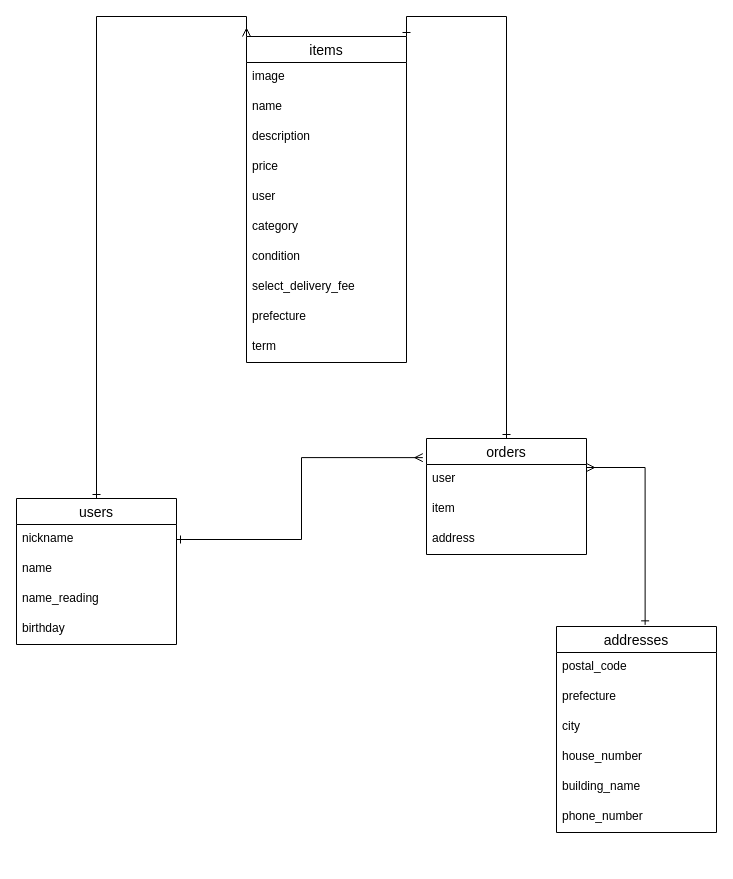
The draw.io diagram draw.dio in yupimaru-sikaku/furima-32521, before the edit. Source tidied: cells renumbered, new cells numbered last; positions are measured from the earlier drawing's top-left corner, leaving out a move shared by most shapes. Both pictures are drawn from the tidied source at 100%, with x=0, y=0 at pixel (16, 36).
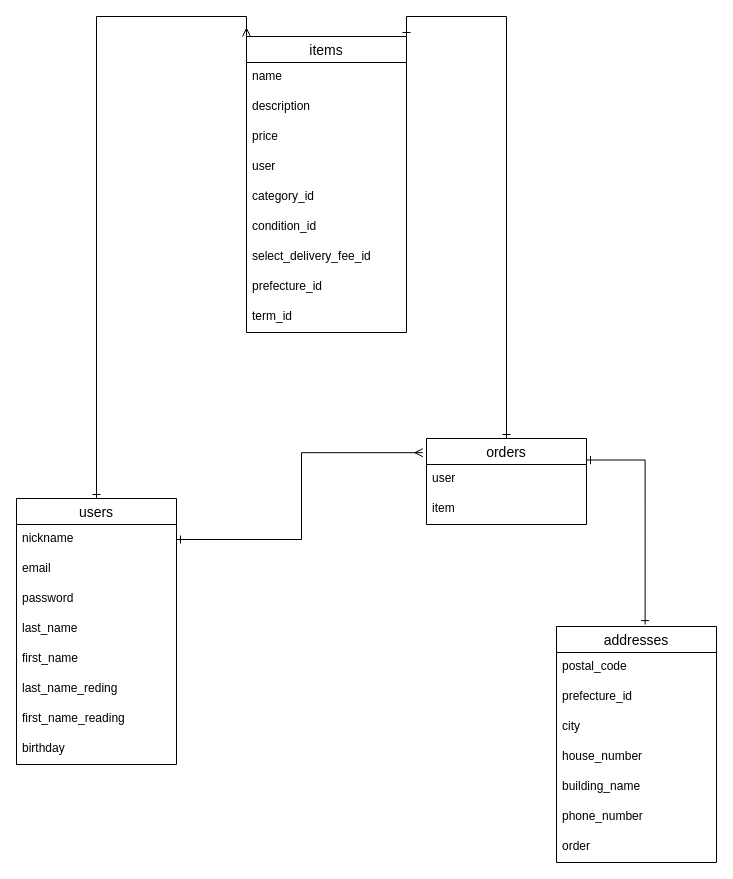
After the change.

What changed in the source:
```diff
@@
-    <mxCell id="3" style="edgeStyle=orthogonalEdgeStyle;rounded=0;jettySize=auto;html=1;exitX=1;exitY=0.25;exitDx=0;exitDy=0;startArrow=ERmany;startFill=0;endArrow=ERone;endFill=0;entryX=0.554;entryY=-0.008;entryDx=0;entryDy=0;entryPerimeter=0;" parent="1" edge="1" source="29" target="11">
+    <mxCell id="3" style="edgeStyle=orthogonalEdgeStyle;rounded=0;jettySize=auto;html=1;exitX=1;exitY=0.25;exitDx=0;exitDy=0;startArrow=ERone;startFill=0;endArrow=ERone;endFill=0;entryX=0.554;entryY=-0.008;entryDx=0;entryDy=0;entryPerimeter=0;" parent="1" edge="1" source="29" target="11">
       <mxGeometry relative="1" as="geometry" />
     </mxCell>
@@
     <mxCell id="6" value="users" style="swimlane;fontStyle=0;horizontal=1;startSize=26;align=center;fontSize=14;" parent="1" vertex="1">
-      <mxGeometry y="462" width="160" height="146" as="geometry" />
+      <mxGeometry y="462" width="160" height="266" as="geometry" />
     </mxCell>
@@
-    <mxCell id="8" value="name" style="text;strokeColor=none;fillColor=none;spacingLeft=4;spacingRight=4;overflow=hidden;fontSize=12;" parent="6" vertex="1">
+    <mxCell id="8" value="email" style="text;strokeColor=none;fillColor=none;spacingLeft=4;spacingRight=4;overflow=hidden;fontSize=12;" parent="6" vertex="1">
       <mxGeometry y="56" width="160" height="30" as="geometry" />
     </mxCell>
+    <mxCell id="33" value="password" style="text;strokeColor=none;fillColor=none;spacingLeft=4;spacingRight=4;overflow=hidden;fontSize=12;" parent="6" vertex="1">
+      <mxGeometry y="86" width="160" height="30" as="geometry" />
+    </mxCell>
+    <mxCell id="34" value="last_name" style="text;strokeColor=none;fillColor=none;spacingLeft=4;spacingRight=4;overflow=hidden;fontSize=12;" parent="6" vertex="1">
+      <mxGeometry y="116" width="160" height="30" as="geometry" />
+    </mxCell>
+    <mxCell id="35" value="first_name" style="text;strokeColor=none;fillColor=none;spacingLeft=4;spacingRight=4;overflow=hidden;fontSize=12;" parent="6" vertex="1">
+      <mxGeometry y="146" width="160" height="30" as="geometry" />
+    </mxCell>
+    <mxCell id="36" value="last_name_reding" style="text;strokeColor=none;fillColor=none;spacingLeft=4;spacingRight=4;overflow=hidden;fontSize=12;" parent="6" vertex="1">
+      <mxGeometry y="176" width="160" height="30" as="geometry" />
+    </mxCell>
-    <mxCell id="9" value="name_reading" style="text;strokeColor=none;fillColor=none;spacingLeft=4;spacingRight=4;overflow=hidden;fontSize=12;" parent="6" vertex="1">
-      <mxGeometry y="86" width="160" height="30" as="geometry" />
+    <mxCell id="9" value="first_name_reading" style="text;strokeColor=none;fillColor=none;spacingLeft=4;spacingRight=4;overflow=hidden;fontSize=12;" parent="6" vertex="1">
+      <mxGeometry y="206" width="160" height="30" as="geometry" />
     </mxCell>
     <mxCell id="10" value="birthday" style="text;strokeColor=none;fillColor=none;spacingLeft=4;spacingRight=4;overflow=hidden;fontSize=12;" parent="6" vertex="1">
-      <mxGeometry y="116" width="160" height="30" as="geometry" />
+      <mxGeometry y="236" width="160" height="30" as="geometry" />
     </mxCell>
     <mxCell id="11" value="addresses" style="swimlane;fontStyle=0;horizontal=1;startSize=26;align=center;fontSize=14;" parent="1" vertex="1">
-      <mxGeometry x="540" y="590" width="160" height="206" as="geometry" />
+      <mxGeometry x="540" y="590" width="160" height="236" as="geometry" />
     </mxCell>
@@
-    <mxCell id="13" value="prefecture" style="text;strokeColor=none;fillColor=none;spacingLeft=4;spacingRight=4;overflow=hidden;fontSize=12;" parent="11" vertex="1">
+    <mxCell id="13" value="prefecture_id" style="text;strokeColor=none;fillColor=none;spacingLeft=4;spacingRight=4;overflow=hidden;fontSize=12;" parent="11" vertex="1">
       <mxGeometry y="56" width="160" height="30" as="geometry" />
     </mxCell>
@@
+    <mxCell id="37" value="order" style="text;strokeColor=none;fillColor=none;spacingLeft=4;spacingRight=4;overflow=hidden;fontSize=12;" parent="11" vertex="1">
+      <mxGeometry y="206" width="160" height="30" as="geometry" />
+    </mxCell>
     <mxCell id="18" value="items" style="swimlane;fontStyle=0;horizontal=1;startSize=26;align=center;fontSize=14;" parent="1" vertex="1">
-      <mxGeometry x="230" width="160" height="326" as="geometry" />
+      <mxGeometry x="230" width="160" height="296" as="geometry" />
     </mxCell>
-    <mxCell id="19" value="image" style="text;strokeColor=none;fillColor=none;spacingLeft=4;spacingRight=4;overflow=hidden;fontSize=12;" parent="18" vertex="1">
-      <mxGeometry y="26" width="160" height="30" as="geometry" />
-    </mxCell>
     <mxCell id="20" value="name" style="text;strokeColor=none;fillColor=none;spacingLeft=4;spacingRight=4;overflow=hidden;fontSize=12;" parent="18" vertex="1">
-      <mxGeometry y="56" width="160" height="30" as="geometry" />
+      <mxGeometry y="26" width="160" height="30" as="geometry" />
     </mxCell>
     <mxCell id="21" value="description" style="text;strokeColor=none;fillColor=none;spacingLeft=4;spacingRight=4;overflow=hidden;fontSize=12;" parent="18" vertex="1">
-      <mxGeometry y="86" width="160" height="30" as="geometry" />
+      <mxGeometry y="56" width="160" height="30" as="geometry" />
     </mxCell>
     <mxCell id="22" value="price" style="text;strokeColor=none;fillColor=none;spacingLeft=4;spacingRight=4;overflow=hidden;fontSize=12;" parent="18" vertex="1">
-      <mxGeometry y="116" width="160" height="30" as="geometry" />
+      <mxGeometry y="86" width="160" height="30" as="geometry" />
     </mxCell>
     <mxCell id="23" value="user" style="text;strokeColor=none;fillColor=none;spacingLeft=4;spacingRight=4;overflow=hidden;fontSize=12;" parent="18" vertex="1">
-      <mxGeometry y="146" width="160" height="30" as="geometry" />
+      <mxGeometry y="116" width="160" height="30" as="geometry" />
     </mxCell>
-    <mxCell id="24" value="category" style="text;strokeColor=none;fillColor=none;spacingLeft=4;spacingRight=4;overflow=hidden;fontSize=12;" parent="18" vertex="1">
-      <mxGeometry y="176" width="160" height="30" as="geometry" />
+    <mxCell id="24" value="category_id" style="text;strokeColor=none;fillColor=none;spacingLeft=4;spacingRight=4;overflow=hidden;fontSize=12;" parent="18" vertex="1">
+      <mxGeometry y="146" width="160" height="30" as="geometry" />
     </mxCell>
-    <mxCell id="25" value="condition" style="text;strokeColor=none;fillColor=none;spacingLeft=4;spacingRight=4;overflow=hidden;fontSize=12;" parent="18" vertex="1">
-      <mxGeometry y="206" width="160" height="30" as="geometry" />
+    <mxCell id="25" value="condition_id" style="text;strokeColor=none;fillColor=none;spacingLeft=4;spacingRight=4;overflow=hidden;fontSize=12;" parent="18" vertex="1">
+      <mxGeometry y="176" width="160" height="30" as="geometry" />
     </mxCell>
-    <mxCell id="26" value="select_delivery_fee" style="text;strokeColor=none;fillColor=none;spacingLeft=4;spacingRight=4;overflow=hidden;fontSize=12;" parent="18" vertex="1">
-      <mxGeometry y="236" width="160" height="30" as="geometry" />
+    <mxCell id="26" value="select_delivery_fee_id" style="text;strokeColor=none;fillColor=none;spacingLeft=4;spacingRight=4;overflow=hidden;fontSize=12;" parent="18" vertex="1">
+      <mxGeometry y="206" width="160" height="30" as="geometry" />
     </mxCell>
-    <mxCell id="27" value="prefecture" style="text;strokeColor=none;fillColor=none;spacingLeft=4;spacingRight=4;overflow=hidden;fontSize=12;" parent="18" vertex="1">
-      <mxGeometry y="266" width="160" height="30" as="geometry" />
+    <mxCell id="27" value="prefecture_id" style="text;strokeColor=none;fillColor=none;spacingLeft=4;spacingRight=4;overflow=hidden;fontSize=12;" parent="18" vertex="1">
+      <mxGeometry y="236" width="160" height="30" as="geometry" />
     </mxCell>
-    <mxCell id="28" value="term" style="text;strokeColor=none;fillColor=none;spacingLeft=4;spacingRight=4;overflow=hidden;fontSize=12;" parent="18" vertex="1">
-      <mxGeometry y="296" width="160" height="30" as="geometry" />
+    <mxCell id="28" value="term_id" style="text;strokeColor=none;fillColor=none;spacingLeft=4;spacingRight=4;overflow=hidden;fontSize=12;" parent="18" vertex="1">
+      <mxGeometry y="266" width="160" height="30" as="geometry" />
     </mxCell>
     <mxCell id="29" value="orders" style="swimlane;fontStyle=0;horizontal=1;startSize=26;align=center;fontSize=14;" parent="1" vertex="1">
-      <mxGeometry x="410" y="402" width="160" height="116" as="geometry" />
+      <mxGeometry x="410" y="402" width="160" height="86" as="geometry" />
     </mxCell>
@@
-    <mxCell id="32" value="address" style="text;strokeColor=none;fillColor=none;spacingLeft=4;spacingRight=4;overflow=hidden;fontSize=12;" parent="29" vertex="1">
-      <mxGeometry y="86" width="160" height="30" as="geometry" />
-    </mxCell>
```
